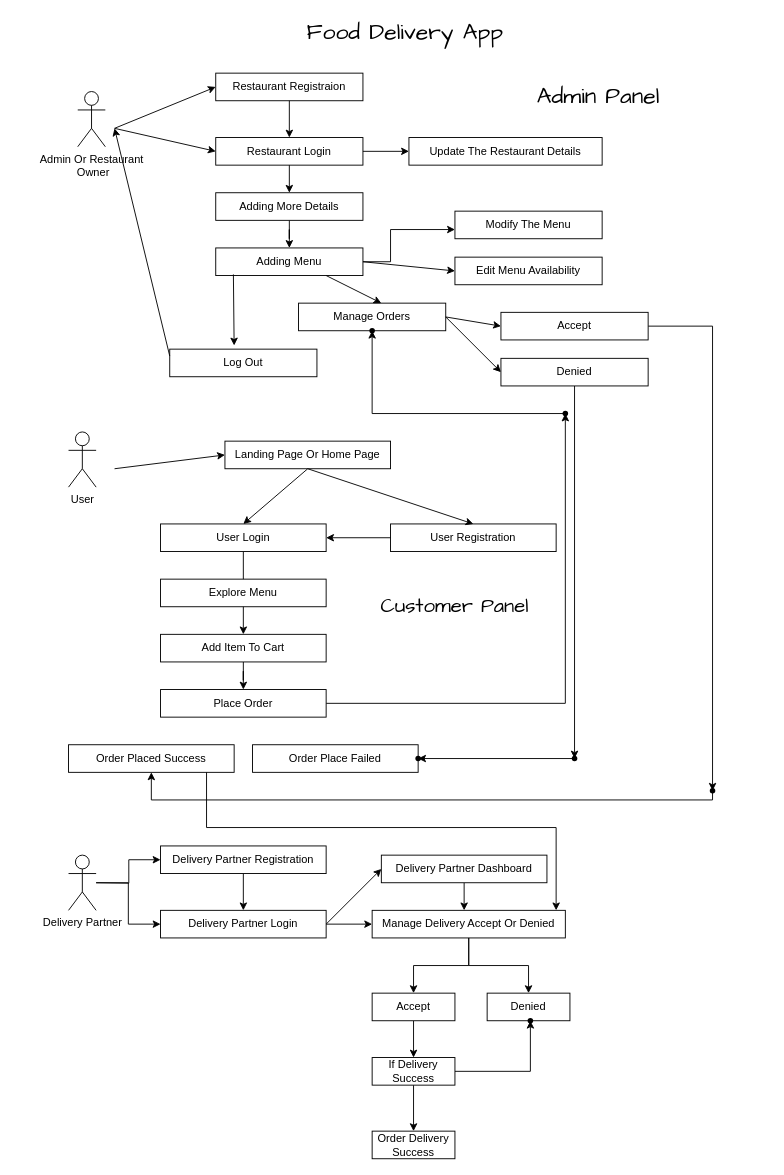
The draw.io diagram fooddelivery.drawio in Vijaybabu26/FoodDeliverApp, before the edit. Source tidied: cells renumbered, new cells numbered last; positions are measured from the earlier drawing's top-left corner, leaving out a move shared by most shapes. Both pictures are drawn from the tidied source at 92%, with x=0, y=0 at pixel (68, 17).
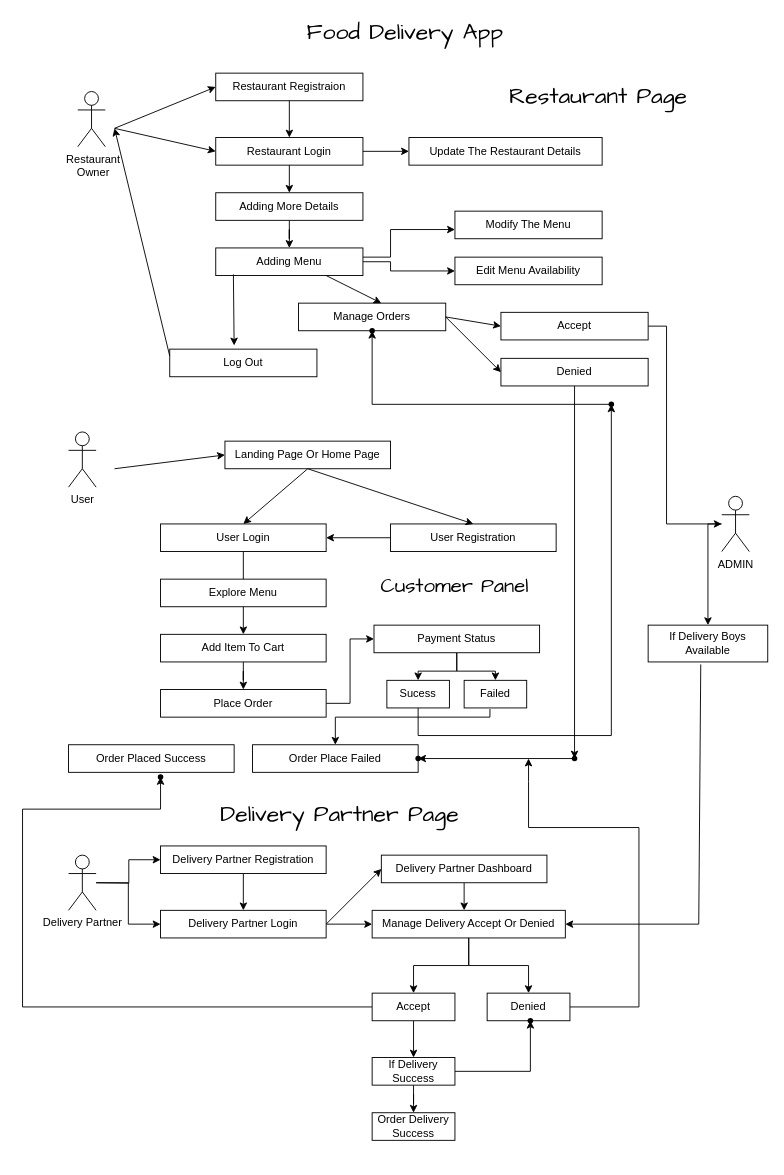
Above is the later version.

Unchanged cells that the change refers to:
```xml
<mxCell id="12" value="Adding Menu" style="rounded=0;whiteSpace=wrap;html=1;points=[[0,0,0,0,0],[0,0.25,0,0,0],[0,0.5,0,0,0],[0,0.75,0,0,0],[0,1,0,0,0],[0.25,0,0,0,0],[0.25,1,0,0,0],[0.5,0,0,0,0],[0.5,1,0,0,0],[0.75,0,0,0,0],[0.75,1,0,0,0],[1,0,0,0,0],[1,0.25,0,0,0],[1,0.5,0,0,0],[1,0.75,0,0,0],[1,1,0,0,0]];" parent="1" vertex="1">
  <mxGeometry x="160" y="250" width="160" height="30" as="geometry" />
</mxCell>
<mxCell id="13" value="Modify The Menu" style="rounded=0;whiteSpace=wrap;html=1;points=[[0,0,0,0,0],[0,0.25,0,0,0],[0,0.5,0,0,0],[0,0.75,0,0,0],[0,1,0,0,0],[0.25,0,0,0,0],[0.25,1,0,0,0],[0.5,0,0,0,0],[0.5,1,0,0,0],[0.75,0,0,0,0],[0.75,1,0,0,0],[1,0,0,0,0],[1,0.25,0,0,0],[1,0.5,0,0,0],[1,0.75,0,0,0],[1,1,0,0,0]];" parent="1" vertex="1">
  <mxGeometry x="420" y="210" width="160" height="30" as="geometry" />
</mxCell>
<mxCell id="14" value="Edit Menu Availability" style="rounded=0;whiteSpace=wrap;html=1;points=[[0,0,0,0,0],[0,0.25,0,0,0],[0,0.5,0,0,0],[0,0.75,0,0,0],[0,1,0,0,0],[0.25,0,0,0,0],[0.25,1,0,0,0],[0.5,0,0,0,0],[0.5,1,0,0,0],[0.75,0,0,0,0],[0.75,1,0,0,0],[1,0,0,0,0],[1,0.25,0,0,0],[1,0.5,0,0,0],[1,0.75,0,0,0],[1,1,0,0,0]];" parent="1" vertex="1">
  <mxGeometry x="420" y="260" width="160" height="30" as="geometry" />
</mxCell>
<mxCell id="35" value="Place Order" style="rounded=0;whiteSpace=wrap;html=1;points=[[0,0,0,0,0],[0,0.25,0,0,0],[0,0.5,0,0,0],[0,0.75,0,0,0],[0,1,0,0,0],[0.25,0,0,0,0],[0.25,1,0,0,0],[0.5,0,0,0,0],[0.5,1,0,0,0],[0.75,0,0,0,0],[0.75,1,0,0,0],[1,0,0,0,0],[1,0.25,0,0,0],[1,0.5,0,0,0],[1,0.75,0,0,0],[1,1,0,0,0]];" parent="1" vertex="1">
  <mxGeometry x="100" y="730" width="180" height="30" as="geometry" />
</mxCell>
<mxCell id="36" value="Order Placed Success" style="rounded=0;whiteSpace=wrap;html=1;points=[[0,0,0,0,0],[0,0.25,0,0,0],[0,0.5,0,0,0],[0,0.75,0,0,0],[0,1,0,0,0],[0.25,0,0,0,0],[0.25,1,0,0,0],[0.5,0,0,0,0],[0.5,1,0,0,0],[0.75,0,0,0,0],[0.75,1,0,0,0],[1,0,0,0,0],[1,0.25,0,0,0],[1,0.5,0,0,0],[1,0.75,0,0,0],[1,1,0,0,0]];" parent="1" vertex="1">
  <mxGeometry y="790" width="180" height="30" as="geometry" />
</mxCell>
<mxCell id="37" value="Order Place Failed" style="rounded=0;whiteSpace=wrap;html=1;points=[[0,0,0,0,0],[0,0.25,0,0,0],[0,0.5,0,0,0],[0,0.75,0,0,0],[0,1,0,0,0],[0.25,0,0,0,0],[0.25,1,0,0,0],[0.5,0,0,0,0],[0.5,1,0,0,0],[0.75,0,0,0,0],[0.75,1,0,0,0],[1,0,0,0,0],[1,0.25,0,0,0],[1,0.5,0,0,0],[1,0.75,0,0,0],[1,1,0,0,0]];" parent="1" vertex="1">
  <mxGeometry x="200" y="790" width="180" height="30" as="geometry" />
</mxCell>
<mxCell id="45" value="Accept" style="rounded=0;whiteSpace=wrap;html=1;points=[[0,0,0,0,0],[0,0.25,0,0,0],[0,0.5,0,0,0],[0,0.75,0,0,0],[0,1,0,0,0],[0.25,0,0,0,0],[0.25,1,0,0,0],[0.5,0,0,0,0],[0.5,1,0,0,0],[0.75,0,0,0,0],[0.75,1,0,0,0],[1,0,0,0,0],[1,0.25,0,0,0],[1,0.5,0,0,0],[1,0.75,0,0,0],[1,1,0,0,0]];" parent="1" vertex="1">
  <mxGeometry x="470" y="320" width="160" height="30" as="geometry" />
</mxCell>
<mxCell id="70" value="Accept" style="rounded=0;whiteSpace=wrap;html=1;points=[[0,0,0,0,0],[0,0.25,0,0,0],[0,0.5,0,0,0],[0,0.75,0,0,0],[0,1,0,0,0],[0.25,0,0,0,0],[0.25,1,0,0,0],[0.5,0,0,0,0],[0.5,1,0,0,0],[0.75,0,0,0,0],[0.75,1,0,0,0],[1,0,0,0,0],[1,0.25,0,0,0],[1,0.5,0,0,0],[1,0.75,0,0,0],[1,1,0,0,0]];" parent="1" vertex="1">
  <mxGeometry x="330" y="1060" width="90" height="30" as="geometry" />
</mxCell>
<mxCell id="71" value="Denied" style="rounded=0;whiteSpace=wrap;html=1;points=[[0,0,0,0,0],[0,0.25,0,0,0],[0,0.5,0,0,0],[0,0.75,0,0,0],[0,1,0,0,0],[0.25,0,0,0,0],[0.25,1,0,0,0],[0.5,0,0,0,0],[0.5,1,0,0,0],[0.75,0,0,0,0],[0.75,1,0,0,0],[1,0,0,0,0],[1,0.25,0,0,0],[1,0.5,0,0,0],[1,0.75,0,0,0],[1,1,0,0,0]];" parent="1" vertex="1">
  <mxGeometry x="455" y="1060" width="90" height="30" as="geometry" />
</mxCell>
```

Change to the diagram source:
```diff
@@
-    <mxCell id="2" value="Admin Or Restaurant&lt;div&gt;&amp;nbsp;Owner&lt;/div&gt;" style="shape=umlActor;verticalLabelPosition=bottom;verticalAlign=top;html=1;" parent="1" vertex="1">
+    <mxCell id="2" value="&amp;nbsp;Restaurant&lt;div&gt;&amp;nbsp;Owner&lt;/div&gt;" style="shape=umlActor;verticalLabelPosition=bottom;verticalAlign=top;html=1;" parent="1" vertex="1">
       <mxGeometry x="10" y="80" width="30" height="60" as="geometry" />
     </mxCell>
@@
     <mxCell id="11" style="edgeStyle=orthogonalEdgeStyle;rounded=0;jettySize=auto;html=1;" parent="1" edge="1" source="12" target="13">
       <mxGeometry relative="1" as="geometry">
         <Array as="points">
-          <mxPoint x="350" y="265" />
+          <mxPoint x="350" y="260" />
           <mxPoint x="350" y="230" />
         </Array>
       </mxGeometry>
     </mxCell>
@@
     <mxCell id="15" style="endArrow=classic;html=1;rounded=0;exitX=1;exitY=0.5;exitDx=0;exitDy=0;exitPerimeter=0;entryX=0;entryY=0.5;entryDx=0;entryDy=0;entryPerimeter=0;" parent="1" edge="1" source="12" target="14">
-      <mxGeometry relative="1" as="geometry" />
+      <mxGeometry relative="1" as="geometry">
+        <Array as="points">
+          <mxPoint x="350" y="265" />
+          <mxPoint x="350" y="275" />
+        </Array>
+      </mxGeometry>
     </mxCell>
@@
-    <mxCell id="21" value="Admin Panel" style="text;strokeColor=none;align=center;fillColor=none;html=1;verticalAlign=middle;whiteSpace=wrap;rounded=0;fontFamily=Comic Sans MS;fontSize=25;" parent="1" vertex="1">
+    <mxCell id="21" value="Restaurant Page" style="text;strokeColor=none;align=center;fillColor=none;html=1;verticalAlign=middle;whiteSpace=wrap;rounded=0;fontFamily=Comic Sans MS;fontSize=25;" parent="1" vertex="1">
       <mxGeometry x="450" y="70" width="252" height="30" as="geometry" />
     </mxCell>
@@
-    <mxCell id="34" style="edgeStyle=orthogonalEdgeStyle;rounded=0;jettySize=auto;html=1;" parent="1" edge="1" source="35" target="42">
-      <mxGeometry relative="1" as="geometry" />
-    </mxCell>
+    <mxCell id="78" style="edgeStyle=orthogonalEdgeStyle;rounded=0;jettySize=auto;html=1;entryX=0;entryY=0.5;entryDx=0;entryDy=0;entryPerimeter=0;" parent="1" edge="1" source="35" target="88">
+      <mxGeometry relative="1" as="geometry" />
+    </mxCell>
@@
     <mxCell id="42" style="shape=waypoint;sketch=0;size=6;points=[];fillColor=default;perimeter=centerPerimeter;snapToPoint=1;rounded=0;" parent="1" vertex="1">
-      <mxGeometry x="530" y="420" width="20" height="20" as="geometry" />
+      <mxGeometry x="580" y="410" width="20" height="20" as="geometry" />
     </mxCell>
@@
-    <mxCell id="44" style="edgeStyle=orthogonalEdgeStyle;rounded=0;jettySize=auto;html=1;" parent="1" edge="1" source="45" target="51">
-      <mxGeometry relative="1" as="geometry" />
+    <mxCell id="44" style="edgeStyle=orthogonalEdgeStyle;rounded=0;jettySize=auto;html=1;" parent="1" edge="1" source="45" target="81">
+      <mxGeometry relative="1" as="geometry">
+        <Array as="points">
+          <mxPoint x="650" y="335" />
+          <mxPoint x="650" y="550" />
+        </Array>
+      </mxGeometry>
     </mxCell>
@@
-    <mxCell id="50" style="edgeStyle=orthogonalEdgeStyle;rounded=0;jettySize=auto;html=1;entryX=0.5;entryY=1;entryDx=0;entryDy=0;entryPerimeter=0;" parent="1" edge="1" source="51" target="36">
-      <mxGeometry relative="1" as="geometry">
-        <Array as="points">
-          <mxPoint x="700" y="850" />
-          <mxPoint x="90" y="850" />
-        </Array>
-      </mxGeometry>
-    </mxCell>
-    <mxCell id="51" style="shape=waypoint;sketch=0;size=6;points=[];fillColor=default;perimeter=centerPerimeter;snapToPoint=1;rounded=0;" parent="1" vertex="1">
-      <mxGeometry x="690" y="830" width="20" height="20" as="geometry" />
-    </mxCell>
@@
     <mxCell id="55" value="Customer Panel" style="text;strokeColor=none;align=center;fillColor=none;html=1;verticalAlign=middle;whiteSpace=wrap;rounded=0;fontFamily=Comic Sans MS;fontSize=22;" parent="1" vertex="1">
-      <mxGeometry x="330" y="610" width="180" height="60" as="geometry" />
+      <mxGeometry x="330" y="588" width="180" height="60" as="geometry" />
     </mxCell>
@@
-    <mxCell id="66" style="endArrow=classic;html=1;rounded=0;" parent="1" edge="1">
-      <mxGeometry relative="1" as="geometry">
-        <mxPoint x="150" y="820" as="sourcePoint" />
-        <mxPoint x="530" y="970" as="targetPoint" />
-        <Array as="points">
-          <mxPoint x="150" y="880" />
-          <mxPoint x="530" y="880" />
-        </Array>
-      </mxGeometry>
-    </mxCell>
@@
+    <mxCell id="79" style="edgeStyle=orthogonalEdgeStyle;rounded=0;jettySize=auto;html=1;" parent="1" edge="1" source="70" target="85">
+      <mxGeometry relative="1" as="geometry">
+        <Array as="points">
+          <mxPoint x="-50" y="1075" />
+          <mxPoint x="-50" y="860" />
+          <mxPoint x="100" y="860" />
+        </Array>
+      </mxGeometry>
+    </mxCell>
@@
     <mxCell id="73" value="Order Delivery Success" style="rounded=0;whiteSpace=wrap;html=1;points=[[0,0,0,0,0],[0,0.25,0,0,0],[0,0.5,0,0,0],[0,0.75,0,0,0],[0,1,0,0,0],[0.25,0,0,0,0],[0.25,1,0,0,0],[0.5,0,0,0,0],[0.5,1,0,0,0],[0.75,0,0,0,0],[0.75,1,0,0,0],[1,0,0,0,0],[1,0.25,0,0,0],[1,0.5,0,0,0],[1,0.75,0,0,0],[1,1,0,0,0]];" parent="1" vertex="1">
-      <mxGeometry x="330" y="1210" width="90" height="30" as="geometry" />
+      <mxGeometry x="330" y="1190" width="90" height="30" as="geometry" />
     </mxCell>
@@
+    <mxCell id="80" style="edgeStyle=orthogonalEdgeStyle;rounded=0;jettySize=auto;html=1;" parent="1" edge="1" source="81" target="82">
+      <mxGeometry relative="1" as="geometry">
+        <Array as="points">
+          <mxPoint x="695" y="550" />
+        </Array>
+      </mxGeometry>
+    </mxCell>
+    <mxCell id="81" value="ADMIN" style="shape=umlActor;verticalLabelPosition=bottom;verticalAlign=top;html=1;outlineConnect=0;" parent="1" vertex="1">
+      <mxGeometry x="710" y="520" width="30" height="60" as="geometry" />
+    </mxCell>
+    <mxCell id="82" value="If Delivery Boys Available" style="rounded=0;whiteSpace=wrap;html=1;points=[[0,0,0,0,0],[0,0.25,0,0,0],[0,0.5,0,0,0],[0,0.75,0,0,0],[0,1,0,0,0],[0.25,0,0,0,0],[0.25,1,0,0,0],[0.5,0,0,0,0],[0.5,1,0,0,0],[0.75,0,0,0,0],[0.75,1,0,0,0],[1,0,0,0,0],[1,0.25,0,0,0],[1,0.5,0,0,0],[1,0.75,0,0,0],[1,1,0,0,0]];" parent="1" vertex="1">
+      <mxGeometry x="630" y="660" width="130" height="40" as="geometry" />
+    </mxCell>
+    <mxCell id="83" style="endArrow=classic;html=1;rounded=0;exitX=0.44;exitY=1.067;exitDx=0;exitDy=0;exitPerimeter=0;" parent="1" edge="1" source="82">
+      <mxGeometry relative="1" as="geometry">
+        <mxPoint x="540" y="985" as="targetPoint" />
+        <Array as="points">
+          <mxPoint x="685" y="985" />
+        </Array>
+      </mxGeometry>
+    </mxCell>
+    <mxCell id="84" style="endArrow=classic;html=1;rounded=0;exitX=1;exitY=0.5;exitDx=0;exitDy=0;exitPerimeter=0;" parent="1" edge="1" source="71">
+      <mxGeometry relative="1" as="geometry">
+        <mxPoint x="500" y="805" as="targetPoint" />
+        <Array as="points">
+          <mxPoint x="620" y="1075" />
+          <mxPoint x="620" y="880" />
+          <mxPoint x="500" y="880" />
+          <mxPoint x="500" y="830" />
+        </Array>
+      </mxGeometry>
+    </mxCell>
+    <mxCell id="85" style="shape=waypoint;sketch=0;size=6;points=[];fillColor=default;perimeter=centerPerimeter;snapToPoint=1;rounded=0;" parent="1" vertex="1">
+      <mxGeometry x="90" y="815" width="20" height="20" as="geometry" />
+    </mxCell>
+    <mxCell id="86" style="edgeStyle=orthogonalEdgeStyle;rounded=0;jettySize=auto;html=1;" parent="1" edge="1" source="88" target="90">
+      <mxGeometry relative="1" as="geometry" />
+    </mxCell>
+    <mxCell id="87" style="edgeStyle=orthogonalEdgeStyle;rounded=0;jettySize=auto;html=1;entryX=0.5;entryY=0;entryDx=0;entryDy=0;entryPerimeter=0;" parent="1" edge="1" source="88" target="89">
+      <mxGeometry relative="1" as="geometry">
+        <Array as="points">
+          <mxPoint x="422" y="710" />
+          <mxPoint x="380" y="710" />
+        </Array>
+      </mxGeometry>
+    </mxCell>
+    <mxCell id="88" value="Payment Status" style="rounded=0;whiteSpace=wrap;html=1;points=[[0,0,0,0,0],[0,0.25,0,0,0],[0,0.5,0,0,0],[0,0.75,0,0,0],[0,1,0,0,0],[0.25,0,0,0,0],[0.25,1,0,0,0],[0.5,0,0,0,0],[0.5,1,0,0,0],[0.75,0,0,0,0],[0.75,1,0,0,0],[1,0,0,0,0],[1,0.25,0,0,0],[1,0.5,0,0,0],[1,0.75,0,0,0],[1,1,0,0,0]];" parent="1" vertex="1">
+      <mxGeometry x="332" y="660" width="180" height="30" as="geometry" />
+    </mxCell>
+    <mxCell id="89" value="Sucess" style="rounded=0;whiteSpace=wrap;html=1;points=[[0,0,0,0,0],[0,0.25,0,0,0],[0,0.5,0,0,0],[0,0.75,0,0,0],[0,1,0,0,0],[0.25,0,0,0,0],[0.25,1,0,0,0],[0.5,0,0,0,0],[0.5,1,0,0,0],[0.75,0,0,0,0],[0.75,1,0,0,0],[1,0,0,0,0],[1,0.25,0,0,0],[1,0.5,0,0,0],[1,0.75,0,0,0],[1,1,0,0,0]];" parent="1" vertex="1">
+      <mxGeometry x="346" y="720" width="68" height="30" as="geometry" />
+    </mxCell>
+    <mxCell id="90" value="Failed" style="rounded=0;whiteSpace=wrap;html=1;points=[[0,0,0,0,0],[0,0.25,0,0,0],[0,0.5,0,0,0],[0,0.75,0,0,0],[0,1,0,0,0],[0.25,0,0,0,0],[0.25,1,0,0,0],[0.5,0,0,0,0],[0.5,1,0,0,0],[0.75,0,0,0,0],[0.75,1,0,0,0],[1,0,0,0,0],[1,0.25,0,0,0],[1,0.5,0,0,0],[1,0.75,0,0,0],[1,1,0,0,0]];" parent="1" vertex="1">
+      <mxGeometry x="430" y="720" width="68" height="30" as="geometry" />
+    </mxCell>
+    <mxCell id="91" style="endArrow=classic;html=1;rounded=0;exitX=0.413;exitY=1.039;exitDx=0;exitDy=0;exitPerimeter=0;entryX=0.5;entryY=0;entryDx=0;entryDy=0;entryPerimeter=0;" parent="1" edge="1" source="90" target="37">
+      <mxGeometry relative="1" as="geometry">
+        <Array as="points">
+          <mxPoint x="458" y="760" />
+          <mxPoint x="290" y="760" />
+        </Array>
+      </mxGeometry>
+    </mxCell>
+    <mxCell id="92" style="endArrow=classic;html=1;rounded=0;entryX=0.534;entryY=0.847;entryDx=0;entryDy=0;entryPerimeter=0;exitX=0.5;exitY=1;exitDx=0;exitDy=0;exitPerimeter=0;" parent="1" edge="1" source="89" target="42">
+      <mxGeometry relative="1" as="geometry">
+        <Array as="points">
+          <mxPoint x="380" y="780" />
+          <mxPoint x="590" y="780" />
+        </Array>
+      </mxGeometry>
+    </mxCell>
+    <mxCell id="93" value="Delivery Partner Page" style="text;strokeColor=none;align=center;fillColor=none;html=1;verticalAlign=middle;whiteSpace=wrap;rounded=0;fontFamily=Comic Sans MS;fontSize=25;" parent="1" vertex="1">
+      <mxGeometry x="150" y="850" width="290" height="30" as="geometry" />
+    </mxCell>
```
